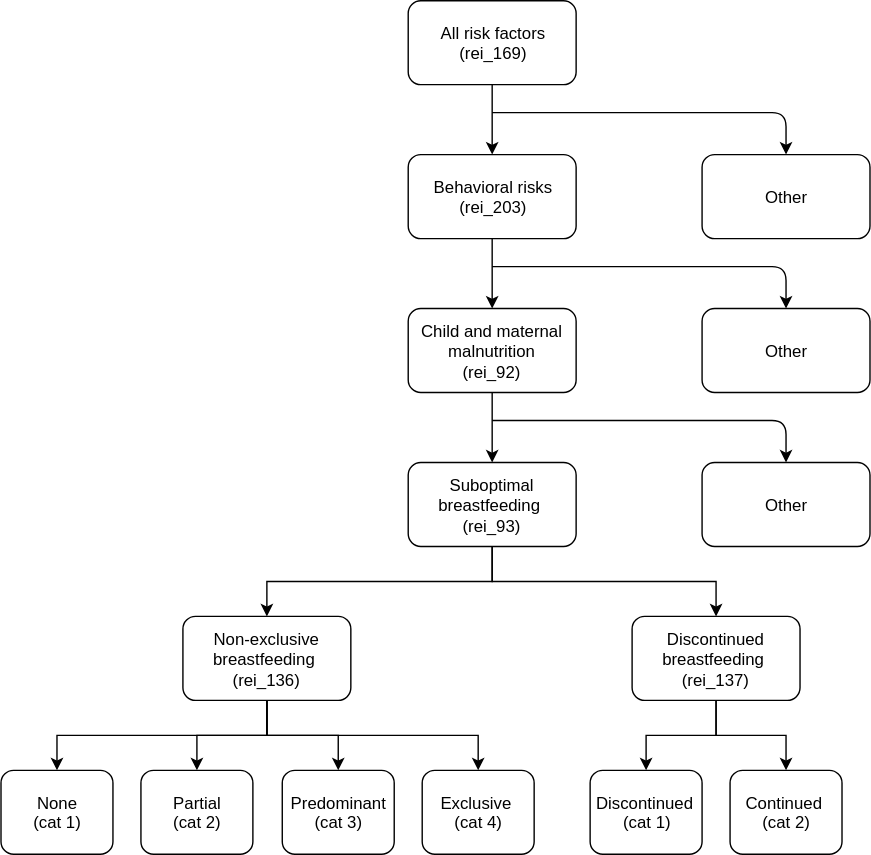
This is docs/source/gbd2020_models/risk_exposures/suboptimal_breastfeeding/breastfeeding_risk_hierarchy.svg from ihmeuw/vivarium_research, a draw.io export, as it was before one commit. Source tidied: cells renumbered, new cells last; positions are measured from the earlier drawing's top-left corner, leaving out a move shared by most shapes.
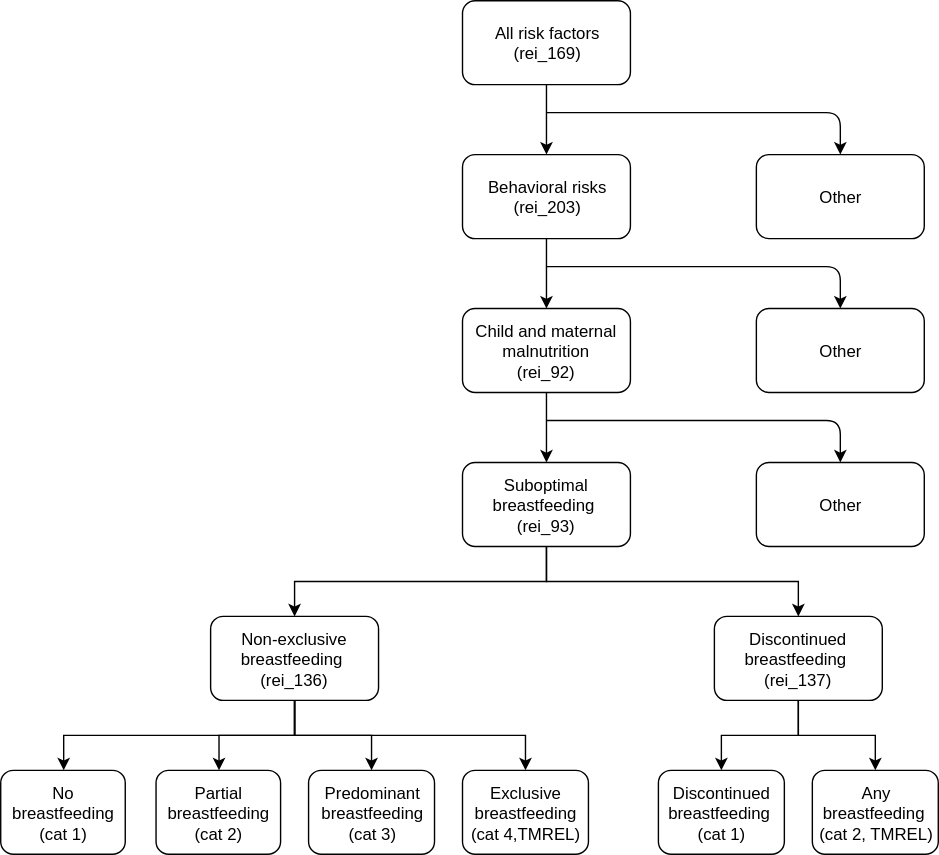
After the change.

Commit message:
update risk hierarchy diagram

The edit, as a diff of the source:
```diff
@@ -78,7 +78,7 @@
       <mxGeometry relative="1" as="geometry" />
     </mxCell>
     <mxCell id="21" value="Non-exclusive breastfeeding&amp;nbsp;&lt;br&gt;(rei_136)" style="rounded=1;whiteSpace=wrap;html=1;" parent="1" vertex="1">
-      <mxGeometry x="130" y="440" width="120" height="60" as="geometry" />
+      <mxGeometry x="111" y="440" width="120" height="60" as="geometry" />
     </mxCell>
     <mxCell id="22" style="edgeStyle=orthogonalEdgeStyle;rounded=0;jettySize=auto;html=1;exitX=0.5;exitY=1;exitDx=0;exitDy=0;entryX=0.5;entryY=0;entryDx=0;entryDy=0;" parent="1" edge="1" source="24" target="29">
       <mxGeometry relative="1" as="geometry" />
@@ -87,25 +87,25 @@
       <mxGeometry relative="1" as="geometry" />
     </mxCell>
     <mxCell id="24" value="Discontinued breastfeeding&amp;nbsp;&lt;br&gt;(rei_137)" style="rounded=1;whiteSpace=wrap;html=1;" parent="1" vertex="1">
-      <mxGeometry x="451" y="440" width="120" height="60" as="geometry" />
+      <mxGeometry x="471" y="440" width="120" height="60" as="geometry" />
     </mxCell>
-    <mxCell id="25" value="None&lt;br&gt;(cat 1)" style="rounded=1;whiteSpace=wrap;html=1;" parent="1" vertex="1">
-      <mxGeometry y="550" width="80" height="60" as="geometry" />
+    <mxCell id="25" value="No&lt;br&gt;breastfeeding&lt;br&gt;(cat 1)" style="rounded=1;whiteSpace=wrap;html=1;" parent="1" vertex="1">
+      <mxGeometry x="-39" y="550" width="89" height="60" as="geometry" />
     </mxCell>
-    <mxCell id="26" value="Partial&lt;br&gt;(cat 2)" style="rounded=1;whiteSpace=wrap;html=1;" parent="1" vertex="1">
-      <mxGeometry x="100" y="550" width="80" height="60" as="geometry" />
+    <mxCell id="26" value="Partial&lt;br&gt;breastfeeding&lt;br&gt;(cat 2)" style="rounded=1;whiteSpace=wrap;html=1;" parent="1" vertex="1">
+      <mxGeometry x="72" y="550" width="89" height="60" as="geometry" />
     </mxCell>
-    <mxCell id="27" value="Predominant&lt;br&gt;(cat 3)" style="rounded=1;whiteSpace=wrap;html=1;" parent="1" vertex="1">
-      <mxGeometry x="201" y="550" width="80" height="60" as="geometry" />
+    <mxCell id="27" value="Predominant&lt;br&gt;breastfeeding&lt;br&gt;(cat 3)" style="rounded=1;whiteSpace=wrap;html=1;" parent="1" vertex="1">
+      <mxGeometry x="181" y="550" width="90" height="60" as="geometry" />
     </mxCell>
-    <mxCell id="28" value="Exclusive&amp;nbsp;&lt;br&gt;(cat 4)" style="rounded=1;whiteSpace=wrap;html=1;" parent="1" vertex="1">
-      <mxGeometry x="301" y="550" width="80" height="60" as="geometry" />
+    <mxCell id="28" value="Exclusive&lt;br&gt;breastfeeding&lt;br&gt;(cat 4,TMREL)" style="rounded=1;whiteSpace=wrap;html=1;" parent="1" vertex="1">
+      <mxGeometry x="291" y="550" width="90" height="60" as="geometry" />
     </mxCell>
-    <mxCell id="29" value="Discontinued&amp;nbsp;&lt;br&gt;(cat 1)" style="rounded=1;whiteSpace=wrap;html=1;" parent="1" vertex="1">
-      <mxGeometry x="421" y="550" width="80" height="60" as="geometry" />
+    <mxCell id="29" value="Discontinued&lt;br&gt;breastfeeding&amp;nbsp;&lt;br&gt;(cat 1)" style="rounded=1;whiteSpace=wrap;html=1;" parent="1" vertex="1">
+      <mxGeometry x="431" y="550" width="90" height="60" as="geometry" />
     </mxCell>
-    <mxCell id="30" value="Continued&amp;nbsp;&lt;br&gt;(cat 2)" style="rounded=1;whiteSpace=wrap;html=1;" parent="1" vertex="1">
-      <mxGeometry x="521" y="550" width="80" height="60" as="geometry" />
+    <mxCell id="30" value="Any&lt;br&gt;breastfeeding&amp;nbsp;&lt;br&gt;(cat 2, TMREL)" style="rounded=1;whiteSpace=wrap;html=1;" parent="1" vertex="1">
+      <mxGeometry x="541" y="550" width="90" height="60" as="geometry" />
     </mxCell>
   </root>
 </mxGraphModel>
```
